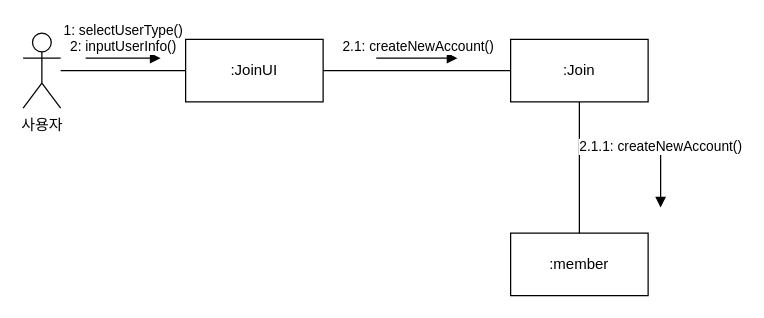
FinancialWorld16/SE_TEAM keeps this draw.io diagram as B981008_김미래/회원가입.drawio. Above is the earlier version. Source tidied: cells renumbered, new cells numbered last; positions are measured from the earlier drawing's top-left corner, leaving out a move shared by most shapes. Both pictures are drawn from the tidied source at 125%, with x=0, y=0 at pixel (22, 32).
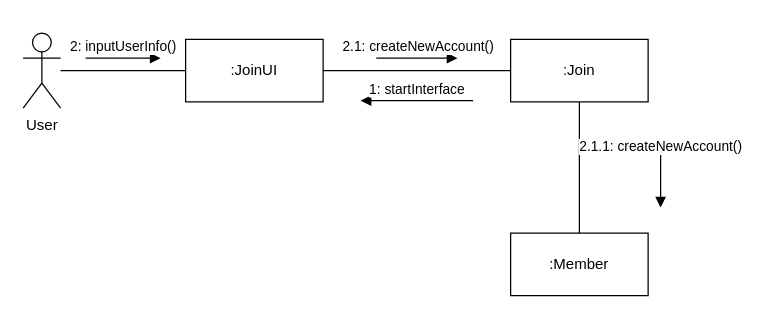
The same page after the edit.

Change to the diagram source:
```diff
@@
 <mxGraphModel>
   <root>
     <mxCell id="0" />
     <mxCell id="1" parent="0" />
-    <mxCell id="2" value="사용자" style="shape=umlActor;verticalLabelPosition=bottom;verticalAlign=top;html=1;" parent="1" vertex="1">
+    <mxCell id="2" value="User" style="shape=umlActor;verticalLabelPosition=bottom;verticalAlign=top;html=1;" parent="1" vertex="1">
       <mxGeometry width="30" height="60" as="geometry" />
     </mxCell>
     <mxCell id="3" value=":JoinUI" style="html=1;whiteSpace=wrap;" parent="1" vertex="1">
       <mxGeometry x="130" y="5" width="110" height="50" as="geometry" />
     </mxCell>
     <mxCell id="4" value=":Join" style="html=1;whiteSpace=wrap;" parent="1" vertex="1">
       <mxGeometry x="390" y="5" width="110" height="50" as="geometry" />
     </mxCell>
     <mxCell id="5" style="line;strokeWidth=1;fillColor=none;align=left;verticalAlign=middle;spacingTop=-1;spacingLeft=3;spacingRight=3;labelPosition=right;strokeColor=inherit;" parent="1" vertex="1">
       <mxGeometry x="30" y="26" width="100" height="8" as="geometry" />
     </mxCell>
-    <mxCell id="6" value="1: selectUserType()&lt;br&gt;2: inputUserInfo()" style="html=1;verticalAlign=bottom;endArrow=block;edgeStyle=elbowEdgeStyle;elbow=vertical;curved=0;rounded=0;" parent="1" edge="1">
+    <mxCell id="6" value="&lt;br&gt;2: inputUserInfo()" style="html=1;verticalAlign=bottom;endArrow=block;edgeStyle=elbowEdgeStyle;elbow=vertical;curved=0;rounded=0;" parent="1" edge="1">
       <mxGeometry relative="1" as="geometry">
         <mxPoint x="50" y="20" as="sourcePoint" />
         <mxPoint x="110" y="20" as="targetPoint" />
       </mxGeometry>
     </mxCell>
     <mxCell id="7" style="line;strokeWidth=1;fillColor=none;align=left;verticalAlign=middle;spacingTop=-1;spacingLeft=3;spacingRight=3;labelPosition=right;strokeColor=inherit;" parent="1" vertex="1">
       <mxGeometry x="240" y="26" width="150" height="8" as="geometry" />
     </mxCell>
     <mxCell id="8" value="2.1: createNewAccount()" style="html=1;verticalAlign=bottom;endArrow=block;edgeStyle=elbowEdgeStyle;elbow=vertical;curved=0;rounded=0;" parent="1" edge="1">
       <mxGeometry relative="1" as="geometry">
         <mxPoint x="282.5" y="20" as="sourcePoint" />
         <mxPoint x="347.5" y="20" as="targetPoint" />
       </mxGeometry>
     </mxCell>
-    <mxCell id="9" value=":member" style="html=1;whiteSpace=wrap;" parent="1" vertex="1">
+    <mxCell id="9" value=":Member" style="html=1;whiteSpace=wrap;" parent="1" vertex="1">
       <mxGeometry x="390" y="160" width="110" height="50" as="geometry" />
     </mxCell>
     <mxCell id="10" style="endArrow=none;html=1;rounded=0;exitX=0.5;exitY=0;exitDx=0;exitDy=0;entryX=0.5;entryY=1;entryDx=0;entryDy=0;" parent="1" edge="1" source="9" target="4">
       <mxGeometry relative="1" as="geometry" />
     </mxCell>
     <mxCell id="11" value="2.1.1: createNewAccount()" style="html=1;verticalAlign=bottom;endArrow=block;edgeStyle=elbowEdgeStyle;elbow=vertical;curved=0;rounded=0;" parent="1" edge="1">
       <mxGeometry x="-0.58" relative="1" as="geometry">
         <mxPoint x="510" y="90" as="sourcePoint" />
         <mxPoint x="510" y="139.6" as="targetPoint" />
       </mxGeometry>
     </mxCell>
+    <mxCell id="12" value="1: startInterface" style="html=1;verticalAlign=bottom;endArrow=block;rounded=0;" parent="1" edge="1">
+      <mxGeometry relative="1" as="geometry">
+        <mxPoint x="360" y="54" as="sourcePoint" />
+        <mxPoint x="270" y="54" as="targetPoint" />
+      </mxGeometry>
+    </mxCell>
   </root>
 </mxGraphModel>
```
